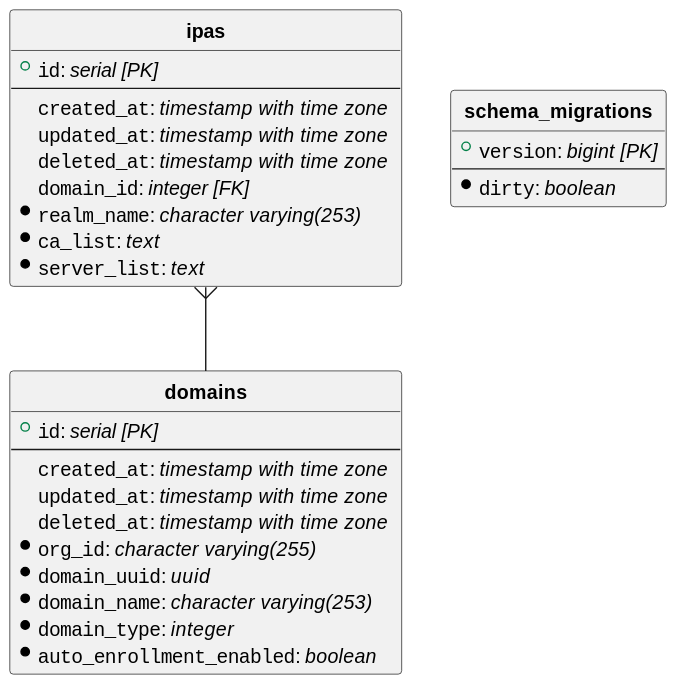
podengo-project/idmsvc-backend keeps this PlantUML diagram as docs/db-model.svg. Above is the earlier version.
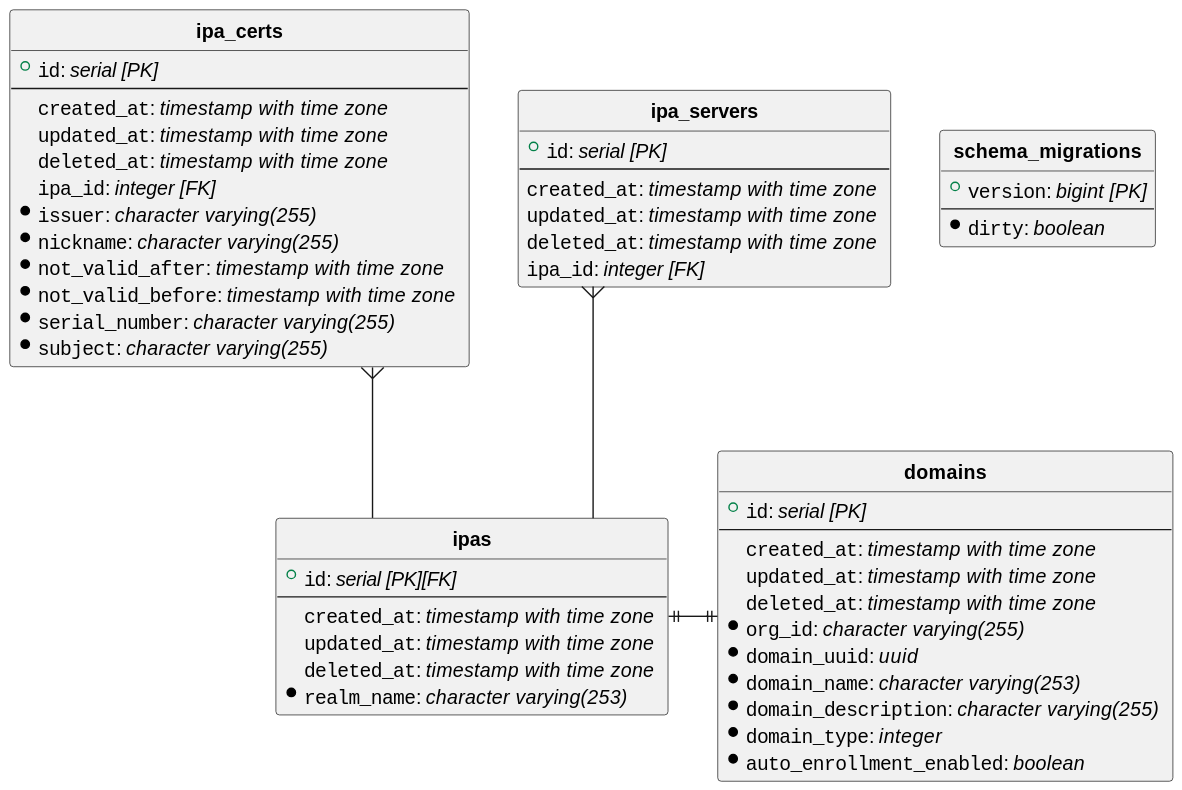
The same file after the commit.

Commit message:
db:add model_description field and move realm_name to ipas entity

The edit, as a diff of the source:
```diff
@@ -11,20 +11,42 @@
   *""org_id"": //character varying(255) //
   *""domain_uuid"": //uuid //
   *""domain_name"": //character varying(253) //
+  *""domain_description"": //character varying(255) //
   *""domain_type"": //integer //
   *""auto_enrollment_enabled"": //boolean //
 }
 
-entity "**ipas**" {
+entity "**ipa_certs**" {
   + ""id"": //serial [PK]//
   --
   ""created_at"": //timestamp with time zone //
   ""updated_at"": //timestamp with time zone //
   ""deleted_at"": //timestamp with time zone //
-  ""domain_id"": //integer [FK]//
+  ""ipa_id"": //integer [FK]//
+  *""issuer"": //character varying(255) //
+  *""nickname"": //character varying(255) //
+  *""not_valid_after"": //timestamp with time zone //
+  *""not_valid_before"": //timestamp with time zone //
+  *""serial_number"": //character varying(255) //
+  *""subject"": //character varying(255) //
+}
+
+entity "**ipa_servers**" {
+  + ""id"": //serial [PK]//
+  --
+  ""created_at"": //timestamp with time zone //
+  ""updated_at"": //timestamp with time zone //
+  ""deleted_at"": //timestamp with time zone //
+  ""ipa_id"": //integer [FK]//
+}
+
+entity "**ipas**" {
+  + ""id"": //serial [PK][FK]//
+  --
+  ""created_at"": //timestamp with time zone //
+  ""updated_at"": //timestamp with time zone //
+  ""deleted_at"": //timestamp with time zone //
   *""realm_name"": //character varying(253) //
-  *""ca_list"": //text //
-  *""server_list"": //text //
 }
 
 entity "**schema_migrations**" {
@@ -33,5 +55,9 @@
   *""dirty"": //boolean //
 }
 
-"**ipas**"   }--  "**domains**"
+"**ipa_certs**"   }--  "**ipas**"
+
+"**ipa_servers**"   }--  "**ipas**"
+
+"**ipas**"  ||-||  "**domains**"
 @enduml
```
